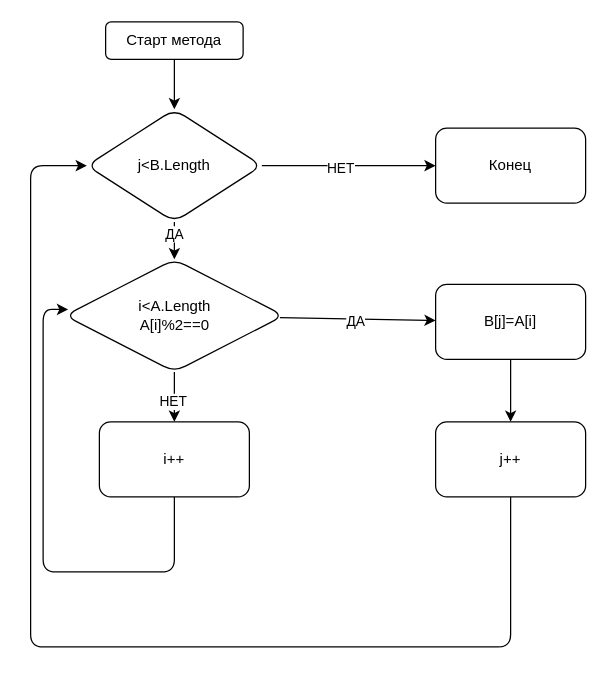
Earlier version of the draw.io diagram task.drawio (vlasek/itog_DZ_dex_2021). Source tidied: cells renumbered, new cells numbered last; positions are measured from the earlier drawing's top-left corner, leaving out a move shared by most shapes. Both pictures are drawn from the tidied source at 125%, with x=0, y=0 at pixel (30, 21).
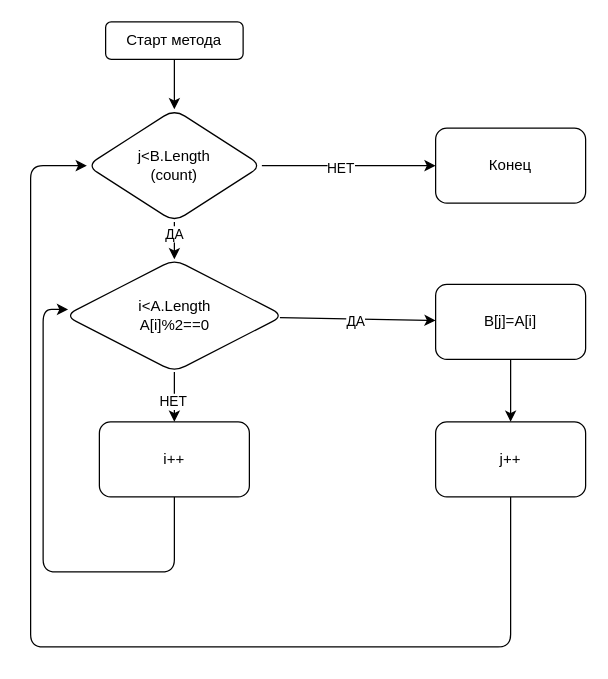
The same page after the edit.

Commit message:
финальное решение

Change to the diagram source:
```diff
@@
-    <mxCell id="18" value="j&amp;lt;B.Length" style="rhombus;whiteSpace=wrap;html=1;rounded=1;" parent="1" vertex="1">
+    <mxCell id="18" value="j&amp;lt;B.Length&lt;br&gt;(count)" style="rhombus;whiteSpace=wrap;html=1;rounded=1;" parent="1" vertex="1">
       <mxGeometry x="45" y="70" width="140" height="90" as="geometry" />
     </mxCell>
```
